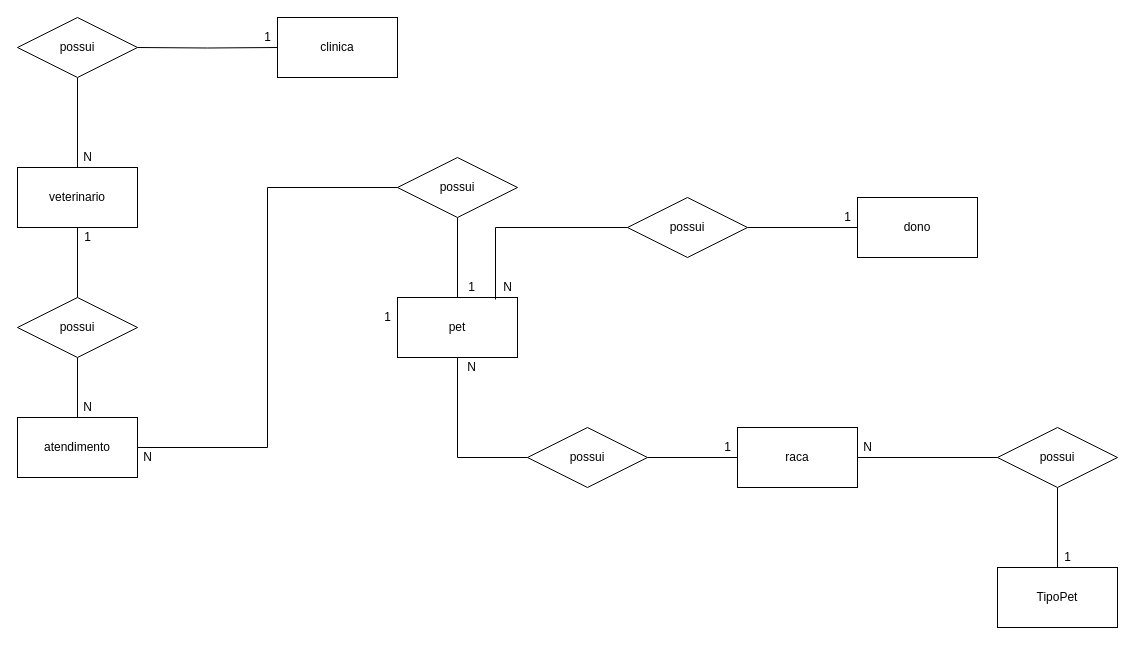
Above: page "conceitual" (1 of 2) of Sprint 1/Exercícios/1.3-exercicio-pclinics/1.3-exercicio-pclinics.drawio in Marcaum04/2021-2S-2-DM (draw.io), before the change. Source tidied: cells renumbered, new cells numbered last; positions are measured from the earlier drawing's top-left corner, leaving out a move shared by most shapes. Both pictures are drawn from the tidied source at 100%, with x=0, y=0 at pixel (17, 17).
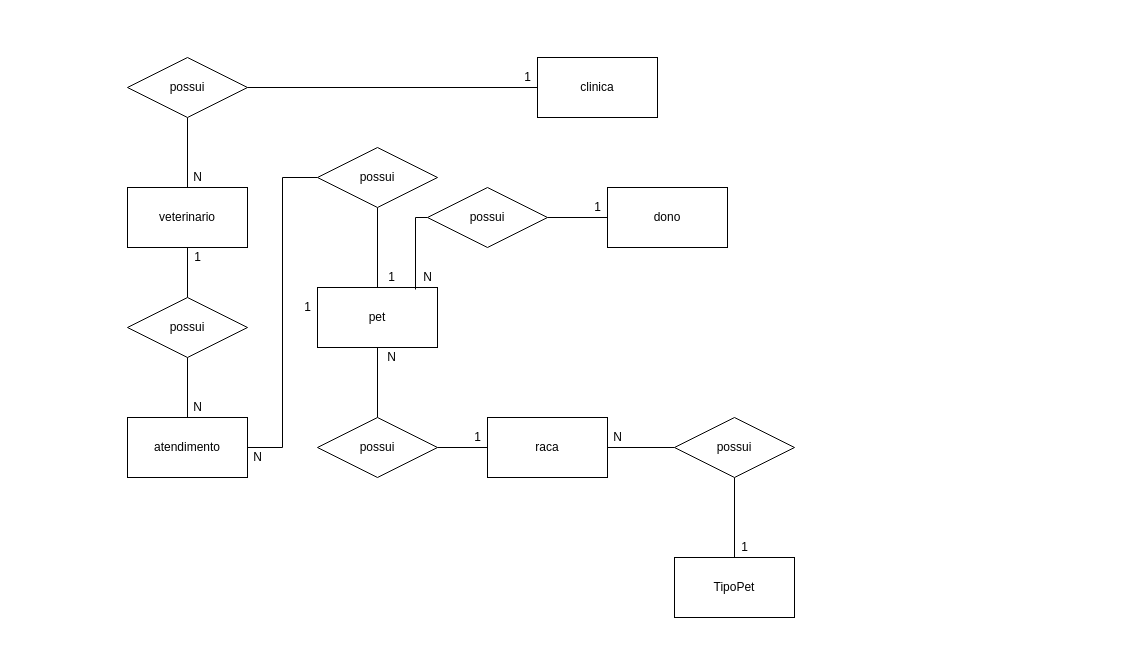
Above is the later version.

Diff of the diagram source:
```diff
@@
     <mxCell id="2" value="pet" style="rounded=0;whiteSpace=wrap;html=1;" parent="1" vertex="1">
-      <mxGeometry x="380" y="280" width="120" height="60" as="geometry" />
+      <mxGeometry x="300" y="270" width="120" height="60" as="geometry" />
     </mxCell>
     <mxCell id="3" value="raca" style="rounded=0;whiteSpace=wrap;html=1;" parent="1" vertex="1">
-      <mxGeometry x="720" y="410" width="120" height="60" as="geometry" />
+      <mxGeometry x="470" y="400" width="120" height="60" as="geometry" />
     </mxCell>
@@
     <mxCell id="5" style="edgeStyle=orthogonalEdgeStyle;rounded=0;jettySize=auto;html=1;entryX=0.5;entryY=1;entryDx=0;entryDy=0;endArrow=none;endFill=0;" parent="1" edge="1" source="6" target="2">
       <mxGeometry relative="1" as="geometry">
         <Array as="points">
-          <mxPoint x="440" y="440" />
+          <mxPoint x="360" y="430" />
         </Array>
       </mxGeometry>
     </mxCell>
     <mxCell id="6" value="possui" style="shape=rhombus;perimeter=rhombusPerimeter;whiteSpace=wrap;html=1;align=center;" parent="1" vertex="1">
-      <mxGeometry x="510" y="410" width="120" height="60" as="geometry" />
+      <mxGeometry x="300" y="400" width="120" height="60" as="geometry" />
     </mxCell>
     <mxCell id="7" value="N" style="text;html=1;align=center;verticalAlign=middle;strokeColor=none;" parent="1" vertex="1">
-      <mxGeometry x="444" y="340" width="20" height="20" as="geometry" />
+      <mxGeometry x="364" y="330" width="20" height="20" as="geometry" />
     </mxCell>
     <mxCell id="8" value="1" style="text;html=1;align=center;verticalAlign=middle;strokeColor=none;" parent="1" vertex="1">
-      <mxGeometry x="700" y="420" width="20" height="20" as="geometry" />
+      <mxGeometry x="450" y="410" width="20" height="20" as="geometry" />
     </mxCell>
     <mxCell id="9" value="dono" style="rounded=0;whiteSpace=wrap;html=1;" parent="1" vertex="1">
-      <mxGeometry x="840" y="180" width="120" height="60" as="geometry" />
+      <mxGeometry x="590" y="170" width="120" height="60" as="geometry" />
     </mxCell>
@@
     <mxCell id="11" style="edgeStyle=orthogonalEdgeStyle;rounded=0;jettySize=auto;html=1;endArrow=none;endFill=0;" parent="1" edge="1" source="12">
       <mxGeometry relative="1" as="geometry">
-        <mxPoint x="478" y="282" as="targetPoint" />
+        <mxPoint x="398" y="272" as="targetPoint" />
         <Array as="points">
-          <mxPoint x="478" y="210" />
+          <mxPoint x="398" y="200" />
         </Array>
       </mxGeometry>
     </mxCell>
     <mxCell id="12" value="possui" style="shape=rhombus;perimeter=rhombusPerimeter;whiteSpace=wrap;html=1;align=center;" parent="1" vertex="1">
-      <mxGeometry x="610" y="180" width="120" height="60" as="geometry" />
+      <mxGeometry x="410" y="170" width="120" height="60" as="geometry" />
     </mxCell>
     <mxCell id="13" value="N" style="text;html=1;align=center;verticalAlign=middle;strokeColor=none;" parent="1" vertex="1">
-      <mxGeometry x="480" y="260" width="20" height="20" as="geometry" />
+      <mxGeometry x="400" y="250" width="20" height="20" as="geometry" />
     </mxCell>
     <mxCell id="14" value="1" style="text;html=1;align=center;verticalAlign=middle;strokeColor=none;" parent="1" vertex="1">
-      <mxGeometry x="820" y="190" width="20" height="20" as="geometry" />
+      <mxGeometry x="570" y="180" width="20" height="20" as="geometry" />
     </mxCell>
@@
-    <mxCell id="16" style="edgeStyle=orthogonalEdgeStyle;rounded=0;jettySize=auto;html=1;entryX=1;entryY=0.5;entryDx=0;entryDy=0;endArrow=none;endFill=0;" parent="1" edge="1" source="17" target="3">
-      <mxGeometry relative="1" as="geometry">
-        <Array as="points">
-          <mxPoint x="990" y="440" />
-          <mxPoint x="990" y="440" />
-        </Array>
-      </mxGeometry>
+    <mxCell id="16" style="edgeStyle=orthogonalEdgeStyle;rounded=0;jettySize=auto;html=1;entryX=1;entryY=0.5;entryDx=0;entryDy=0;endArrow=none;endFill=0;exitX=0;exitY=0.5;exitDx=0;exitDy=0;" parent="1" edge="1" source="17" target="3">
+      <mxGeometry relative="1" as="geometry" />
     </mxCell>
     <mxCell id="17" value="possui" style="shape=rhombus;perimeter=rhombusPerimeter;whiteSpace=wrap;html=1;align=center;" parent="1" vertex="1">
-      <mxGeometry x="980" y="410" width="120" height="60" as="geometry" />
+      <mxGeometry x="657" y="400" width="120" height="60" as="geometry" />
     </mxCell>
     <mxCell id="18" value="TipoPet" style="rounded=0;whiteSpace=wrap;html=1;" parent="1" vertex="1">
-      <mxGeometry x="980" y="550" width="120" height="60" as="geometry" />
+      <mxGeometry x="657" y="540" width="120" height="60" as="geometry" />
     </mxCell>
     <mxCell id="19" value="1" style="text;html=1;align=center;verticalAlign=middle;strokeColor=none;" parent="1" vertex="1">
-      <mxGeometry x="360" y="290" width="20" height="20" as="geometry" />
+      <mxGeometry x="280" y="280" width="20" height="20" as="geometry" />
     </mxCell>
     <mxCell id="20" value="1" style="text;html=1;align=center;verticalAlign=middle;strokeColor=none;" parent="1" vertex="1">
-      <mxGeometry x="1040" y="530" width="20" height="20" as="geometry" />
+      <mxGeometry x="717" y="520" width="20" height="20" as="geometry" />
     </mxCell>
     <mxCell id="21" value="clinica" style="rounded=0;whiteSpace=wrap;html=1;" parent="1" vertex="1">
-      <mxGeometry x="260" width="120" height="60" as="geometry" />
+      <mxGeometry x="520" y="40" width="120" height="60" as="geometry" />
     </mxCell>
@@
     <mxCell id="24" value="atendimento" style="rounded=0;whiteSpace=wrap;html=1;" parent="1" vertex="1">
-      <mxGeometry y="400" width="120" height="60" as="geometry" />
+      <mxGeometry x="110" y="400" width="120" height="60" as="geometry" />
     </mxCell>
@@
     <mxCell id="27" value="possui" style="shape=rhombus;perimeter=rhombusPerimeter;whiteSpace=wrap;html=1;align=center;" parent="1" vertex="1">
-      <mxGeometry y="280" width="120" height="60" as="geometry" />
+      <mxGeometry x="110" y="280" width="120" height="60" as="geometry" />
     </mxCell>
     <mxCell id="28" value="veterinario" style="rounded=0;whiteSpace=wrap;html=1;" parent="1" vertex="1">
-      <mxGeometry y="150" width="120" height="60" as="geometry" />
+      <mxGeometry x="110" y="170" width="120" height="60" as="geometry" />
     </mxCell>
     <mxCell id="29" value="N" style="text;html=1;align=center;verticalAlign=middle;strokeColor=none;" parent="1" vertex="1">
-      <mxGeometry x="60" y="130" width="20" height="20" as="geometry" />
+      <mxGeometry x="170" y="150" width="20" height="20" as="geometry" />
     </mxCell>
@@
     <mxCell id="31" value="possui" style="shape=rhombus;perimeter=rhombusPerimeter;whiteSpace=wrap;html=1;align=center;" parent="1" vertex="1">
-      <mxGeometry width="120" height="60" as="geometry" />
+      <mxGeometry x="110" y="40" width="120" height="60" as="geometry" />
     </mxCell>
-    <mxCell id="32" style="edgeStyle=orthogonalEdgeStyle;rounded=0;jettySize=auto;html=1;entryX=1;entryY=0.5;entryDx=0;entryDy=0;endArrow=none;endFill=0;" parent="1" edge="1" target="31">
-      <mxGeometry relative="1" as="geometry">
-        <mxPoint x="260" y="30" as="sourcePoint" />
-      </mxGeometry>
+    <mxCell id="32" style="edgeStyle=orthogonalEdgeStyle;rounded=0;jettySize=auto;html=1;entryX=1;entryY=0.5;entryDx=0;entryDy=0;endArrow=none;endFill=0;" parent="1" edge="1" source="21" target="31">
+      <mxGeometry relative="1" as="geometry" />
     </mxCell>
     <mxCell id="33" value="1" style="text;html=1;align=center;verticalAlign=middle;strokeColor=none;" parent="1" vertex="1">
-      <mxGeometry x="240" y="10" width="20" height="20" as="geometry" />
+      <mxGeometry x="500" y="50" width="20" height="20" as="geometry" />
     </mxCell>
     <mxCell id="34" value="N" style="text;html=1;align=center;verticalAlign=middle;strokeColor=none;" parent="1" vertex="1">
-      <mxGeometry x="60" y="380" width="20" height="20" as="geometry" />
+      <mxGeometry x="170" y="380" width="20" height="20" as="geometry" />
     </mxCell>
     <mxCell id="35" value="1" style="text;html=1;align=center;verticalAlign=middle;strokeColor=none;" parent="1" vertex="1">
-      <mxGeometry x="60" y="210" width="20" height="20" as="geometry" />
+      <mxGeometry x="170" y="230" width="20" height="20" as="geometry" />
     </mxCell>
@@
     <mxCell id="37" value="possui" style="shape=rhombus;perimeter=rhombusPerimeter;whiteSpace=wrap;html=1;align=center;" parent="1" vertex="1">
-      <mxGeometry x="380" y="140" width="120" height="60" as="geometry" />
+      <mxGeometry x="300" y="130" width="120" height="60" as="geometry" />
     </mxCell>
     <mxCell id="38" value="N" style="text;html=1;align=center;verticalAlign=middle;strokeColor=none;" parent="1" vertex="1">
-      <mxGeometry x="120" y="430" width="20" height="20" as="geometry" />
+      <mxGeometry x="230" y="430" width="20" height="20" as="geometry" />
     </mxCell>
     <mxCell id="39" value="1" style="text;html=1;align=center;verticalAlign=middle;strokeColor=none;" parent="1" vertex="1">
-      <mxGeometry x="444" y="260" width="20" height="20" as="geometry" />
+      <mxGeometry x="364" y="250" width="20" height="20" as="geometry" />
     </mxCell>
     <mxCell id="40" value="N" style="text;html=1;align=center;verticalAlign=middle;strokeColor=none;" parent="1" vertex="1">
-      <mxGeometry x="840" y="420" width="20" height="20" as="geometry" />
+      <mxGeometry x="590" y="410" width="20" height="20" as="geometry" />
     </mxCell>
```
